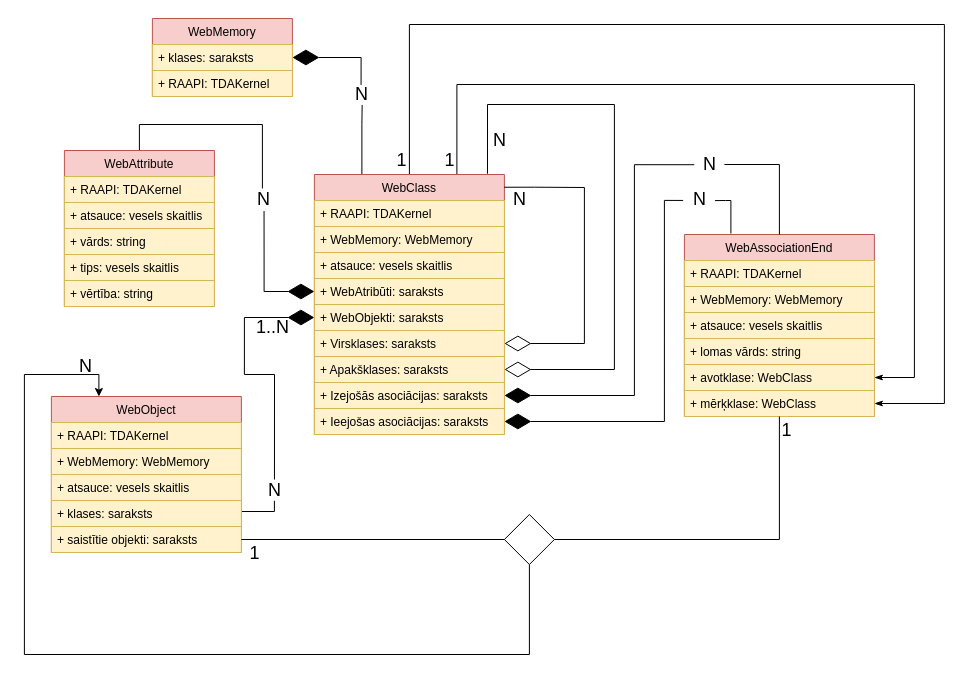
This is page "Datu struktūras" (2 of 10) of src/Kvalifikacijas darbs/Diagrammas/WebMemory.drawio from artiks12/webAppOS, a draw.io file, before an edit. Source tidied: cells renumbered, new cells numbered last; positions are measured from the earlier drawing's top-left corner, leaving out a move shared by most shapes. Both pictures are drawn from the tidied source at 100%, with x=0, y=0 at pixel (24, 18).
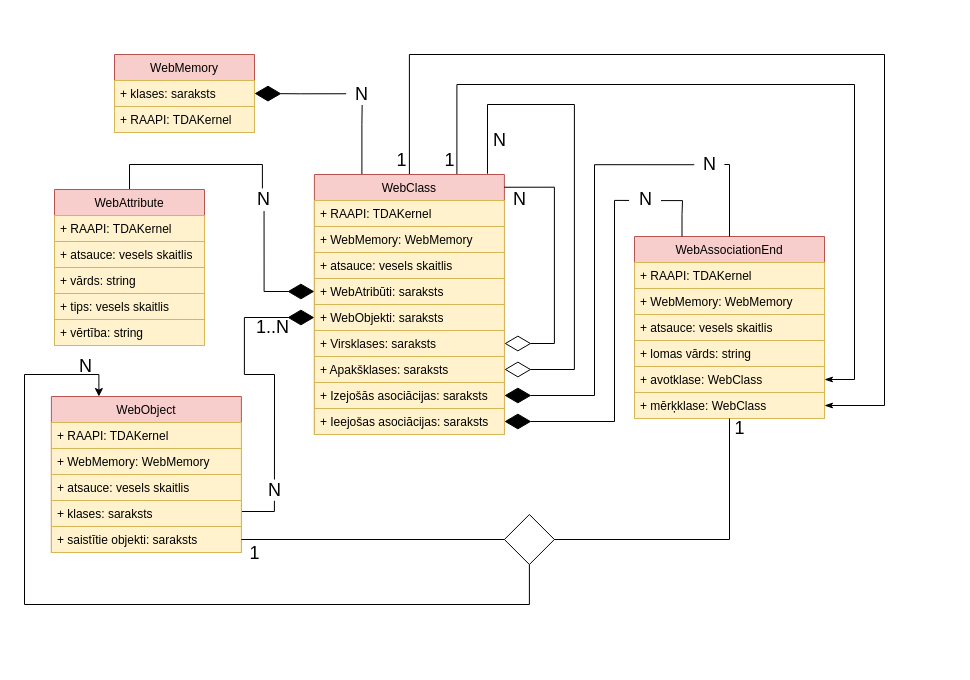
After the change.

Unchanged cells that the change refers to:
```xml
<mxCell id="7" value="&lt;font style=&quot;font-size: 18px&quot;&gt;N&lt;/font&gt;" style="text;html=1;align=center;verticalAlign=middle;points=[];strokeColor=none;fillColor=none;fontSize=12;" parent="1" vertex="1">
  <mxGeometry x="321.9" y="66" width="30" height="20" as="geometry" />
</mxCell>
<mxCell id="11" value="&lt;font style=&quot;font-size: 18px&quot;&gt;N&lt;/font&gt;" style="text;html=1;align=center;verticalAlign=middle;points=[];strokeColor=none;fillColor=none;fontSize=12;" parent="1" vertex="1">
  <mxGeometry x="223.9" y="171" width="30" height="20" as="geometry" />
</mxCell>
<mxCell id="14" value="+ klases: saraksts" style="text;strokeColor=#d6b656;fillColor=#fff2cc;align=left;verticalAlign=top;spacingLeft=4;spacingRight=4;overflow=hidden;points=[[0,0.5],[1,0.5]];portConstraint=eastwest;" parent="13" vertex="1">
  <mxGeometry y="26" width="140" height="26" as="geometry" />
</mxCell>
<mxCell id="27" value="+ avotklase: WebClass" style="text;strokeColor=#d6b656;fillColor=#fff2cc;align=left;verticalAlign=top;spacingLeft=4;spacingRight=4;overflow=hidden;points=[[0,0.5],[1,0.5]];portConstraint=eastwest;" parent="22" vertex="1">
  <mxGeometry y="130" width="190" height="26" as="geometry" />
</mxCell>
<mxCell id="28" value="+ mērķklase: WebClass" style="text;strokeColor=#d6b656;fillColor=#fff2cc;align=left;verticalAlign=top;spacingLeft=4;spacingRight=4;overflow=hidden;points=[[0,0.5],[1,0.5]];portConstraint=eastwest;" parent="22" vertex="1">
  <mxGeometry y="156" width="190" height="26" as="geometry" />
</mxCell>
<mxCell id="29" value="WebClass" style="swimlane;fontStyle=0;horizontal=1;startSize=26;fillColor=#f8cecc;strokeColor=#b85450;" parent="1" vertex="1">
  <mxGeometry x="289.9" y="156" width="190" height="260" as="geometry" />
</mxCell>
<mxCell id="35" value="+ Virsklases: saraksts" style="text;strokeColor=#d6b656;fillColor=#fff2cc;align=left;verticalAlign=top;spacingLeft=4;spacingRight=4;overflow=hidden;points=[[0,0.5],[1,0.5]];portConstraint=eastwest;" parent="29" vertex="1">
  <mxGeometry y="156" width="190" height="26" as="geometry" />
</mxCell>
<mxCell id="36" value="+ Apakšklases: saraksts" style="text;strokeColor=#d6b656;fillColor=#fff2cc;align=left;verticalAlign=top;spacingLeft=4;spacingRight=4;overflow=hidden;points=[[0,0.5],[1,0.5]];portConstraint=eastwest;" parent="29" vertex="1">
  <mxGeometry y="182" width="190" height="26" as="geometry" />
</mxCell>
<mxCell id="37" value="+ Izejošās asociācijas: saraksts" style="text;strokeColor=#d6b656;fillColor=#fff2cc;align=left;verticalAlign=top;spacingLeft=4;spacingRight=4;overflow=hidden;points=[[0,0.5],[1,0.5]];portConstraint=eastwest;" parent="29" vertex="1">
  <mxGeometry y="208" width="190" height="26" as="geometry" />
</mxCell>
<mxCell id="38" value="+ Ieejošas asociācijas: saraksts" style="text;strokeColor=#d6b656;fillColor=#fff2cc;align=left;verticalAlign=top;spacingLeft=4;spacingRight=4;overflow=hidden;points=[[0,0.5],[1,0.5]];portConstraint=eastwest;" parent="29" vertex="1">
  <mxGeometry y="234" width="190" height="26" as="geometry" />
</mxCell>
<mxCell id="41" value="WebObject" style="swimlane;fontStyle=0;horizontal=1;startSize=26;fillColor=#f8cecc;strokeColor=#b85450;" parent="1" vertex="1">
  <mxGeometry x="26.9" y="378" width="190" height="156" as="geometry" />
</mxCell>
<mxCell id="53" value="&lt;font style=&quot;font-size: 18px&quot;&gt;N&lt;/font&gt;" style="text;html=1;align=center;verticalAlign=middle;points=[];strokeColor=none;fillColor=none;fontSize=12;" parent="1" vertex="1">
  <mxGeometry x="669.9" y="136" width="30" height="20" as="geometry" />
</mxCell>
<mxCell id="56" style="rhombus;whiteSpace=wrap;html=1;" parent="1" vertex="1">
  <mxGeometry x="479.9" y="496" width="50" height="50" as="geometry" />
</mxCell>
```

Diff of the diagram source:
```diff
@@
-    <mxCell id="3" style="endArrow=diamondThin;endFill=1;endSize=24;html=1;rounded=0;edgeStyle=orthogonalEdgeStyle;entryX=1;entryY=0.5;entryDx=0;entryDy=0;startArrow=none;exitX=0.489;exitY=0.024;exitDx=0;exitDy=0;exitPerimeter=0;" parent="1" edge="1" source="7" target="14">
-      <mxGeometry relative="1" as="geometry">
-        <Array as="points">
-          <mxPoint x="336.9" y="39" />
-        </Array>
-      </mxGeometry>
+    <mxCell id="3" style="endArrow=diamondThin;endFill=1;endSize=24;html=1;rounded=0;edgeStyle=orthogonalEdgeStyle;entryX=1;entryY=0.5;entryDx=0;entryDy=0;startArrow=none;exitX=-0.009;exitY=0.463;exitDx=0;exitDy=0;exitPerimeter=0;" parent="1" edge="1" source="7" target="14">
+      <mxGeometry relative="1" as="geometry" />
     </mxCell>
@@
-    <mxCell id="5" style="edgeStyle=orthogonalEdgeStyle;rounded=0;jettySize=auto;html=1;entryX=0.5;entryY=0;entryDx=0;entryDy=0;endArrow=none;endFill=0;exitX=1;exitY=0.5;exitDx=0;exitDy=0;startArrow=classicThin;startFill=1;" parent="1" edge="1" source="28" target="29">
+    <mxCell id="5" style="edgeStyle=orthogonalEdgeStyle;rounded=0;jettySize=auto;html=1;entryX=0.5;entryY=0;entryDx=0;entryDy=0;endArrow=none;endFill=0;startArrow=classicThin;startFill=1;exitX=1;exitY=0.5;exitDx=0;exitDy=0;" parent="1" edge="1" source="28" target="29">
       <mxGeometry relative="1" as="geometry">
         <Array as="points">
-          <mxPoint x="919.9" y="385" />
-          <mxPoint x="919.9" y="6" />
-          <mxPoint x="384.9" y="6" />
+          <mxPoint x="860" y="387" />
+          <mxPoint x="860" y="36" />
+          <mxPoint x="385" y="36" />
         </Array>
       </mxGeometry>
     </mxCell>
     <mxCell id="6" style="edgeStyle=orthogonalEdgeStyle;rounded=0;jettySize=auto;html=1;entryX=0.75;entryY=0;entryDx=0;entryDy=0;startArrow=classicThin;startFill=1;endArrow=none;endFill=0;exitX=1;exitY=0.5;exitDx=0;exitDy=0;" parent="1" edge="1" source="27" target="29">
       <mxGeometry relative="1" as="geometry">
         <Array as="points">
-          <mxPoint x="889.9" y="359" />
-          <mxPoint x="889.9" y="66" />
-          <mxPoint x="432.9" y="66" />
+          <mxPoint x="830" y="361" />
+          <mxPoint x="830" y="66" />
+          <mxPoint x="432" y="66" />
         </Array>
       </mxGeometry>
     </mxCell>
@@
     <mxCell id="12" style="endArrow=none;endFill=1;endSize=24;html=1;rounded=0;edgeStyle=orthogonalEdgeStyle;exitX=0.5;exitY=0;exitDx=0;exitDy=0;entryX=0.467;entryY=-0.053;entryDx=0;entryDy=0;entryPerimeter=0;" parent="1" edge="1" source="16" target="11">
       <mxGeometry relative="1" as="geometry">
         <Array as="points">
-          <mxPoint x="114.9" y="106" />
-          <mxPoint x="237.9" y="106" />
+          <mxPoint x="105" y="146" />
+          <mxPoint x="238" y="146" />
         </Array>
       </mxGeometry>
     </mxCell>
     <mxCell id="13" value="WebMemory" style="swimlane;fontStyle=0;horizontal=1;startSize=26;fillColor=#f8cecc;strokeColor=#b85450;" parent="1" vertex="1">
-      <mxGeometry x="127.9" width="140" height="78" as="geometry" />
+      <mxGeometry x="90" y="36" width="140" height="78" as="geometry" />
     </mxCell>
@@
     <mxCell id="16" value="WebAttribute" style="swimlane;fontStyle=0;horizontal=1;startSize=26;fillColor=#f8cecc;strokeColor=#b85450;" parent="1" vertex="1">
-      <mxGeometry x="39.9" y="132" width="150" height="156" as="geometry" />
+      <mxGeometry x="30" y="171" width="150" height="156" as="geometry" />
     </mxCell>
@@
     <mxCell id="22" value="WebAssociationEnd" style="swimlane;fontStyle=0;horizontal=1;startSize=26;fillColor=#f8cecc;strokeColor=#b85450;" parent="1" vertex="1">
-      <mxGeometry x="659.9" y="216" width="190" height="182" as="geometry" />
+      <mxGeometry x="610" y="218" width="190" height="182" as="geometry" />
     </mxCell>
@@
     <mxCell id="39" style="endArrow=diamondThin;endFill=0;endSize=24;html=1;rounded=0;edgeStyle=orthogonalEdgeStyle;entryX=1;entryY=0.5;entryDx=0;entryDy=0;exitX=0.911;exitY=-0.003;exitDx=0;exitDy=0;exitPerimeter=0;" parent="29" edge="1" source="29" target="36">
       <mxGeometry relative="1" as="geometry">
         <Array as="points">
           <mxPoint x="173" y="-70" />
-          <mxPoint x="300" y="-70" />
-          <mxPoint x="300" y="195" />
+          <mxPoint x="260" y="-70" />
+          <mxPoint x="260" y="195" />
         </Array>
       </mxGeometry>
     </mxCell>
     <mxCell id="40" style="endArrow=diamondThin;endFill=0;endSize=24;html=1;rounded=0;edgeStyle=orthogonalEdgeStyle;entryX=1;entryY=0.5;entryDx=0;entryDy=0;exitX=0.999;exitY=0.049;exitDx=0;exitDy=0;exitPerimeter=0;" parent="29" edge="1" source="29" target="35">
       <mxGeometry relative="1" as="geometry">
         <Array as="points">
-          <mxPoint x="220" y="13" />
-          <mxPoint x="270" y="13" />
-          <mxPoint x="270" y="169" />
+          <mxPoint x="240" y="13" />
+          <mxPoint x="240" y="169" />
         </Array>
       </mxGeometry>
     </mxCell>
@@
     <mxCell id="47" style="endArrow=diamondThin;endFill=1;endSize=24;html=1;rounded=0;edgeStyle=orthogonalEdgeStyle;entryX=1;entryY=0.5;entryDx=0;entryDy=0;startArrow=none;exitX=-0.005;exitY=0.511;exitDx=0;exitDy=0;exitPerimeter=0;" parent="1" edge="1" source="53" target="37">
       <mxGeometry relative="1" as="geometry">
         <Array as="points">
-          <mxPoint x="609.9" y="146" />
-          <mxPoint x="609.9" y="377" />
+          <mxPoint x="570" y="146" />
+          <mxPoint x="570" y="377" />
         </Array>
       </mxGeometry>
     </mxCell>
     <mxCell id="48" style="endArrow=diamondThin;endFill=1;endSize=24;html=1;rounded=0;edgeStyle=orthogonalEdgeStyle;startArrow=none;entryX=1;entryY=0.5;entryDx=0;entryDy=0;exitX=-0.044;exitY=0.547;exitDx=0;exitDy=0;exitPerimeter=0;" parent="1" edge="1" source="49" target="38">
       <mxGeometry relative="1" as="geometry">
         <Array as="points">
-          <mxPoint x="639.9" y="182" />
-          <mxPoint x="639.9" y="403" />
+          <mxPoint x="590" y="182" />
+          <mxPoint x="590" y="403" />
         </Array>
       </mxGeometry>
     </mxCell>
     <mxCell id="49" value="&lt;font style=&quot;font-size: 18px&quot;&gt;N&lt;/font&gt;" style="text;html=1;align=center;verticalAlign=middle;points=[];strokeColor=none;fillColor=none;fontSize=12;" parent="1" vertex="1">
-      <mxGeometry x="659.9" y="171" width="30" height="20" as="geometry" />
+      <mxGeometry x="605.9" y="171" width="30" height="20" as="geometry" />
     </mxCell>
-    <mxCell id="50" style="endArrow=none;endFill=1;endSize=24;html=1;rounded=0;edgeStyle=orthogonalEdgeStyle;exitX=0.25;exitY=0;exitDx=0;exitDy=0;entryX=1.019;entryY=0.555;entryDx=0;entryDy=0;entryPerimeter=0;" parent="1" edge="1" target="49">
+    <mxCell id="50" style="endArrow=none;endFill=1;endSize=24;html=1;rounded=0;edgeStyle=orthogonalEdgeStyle;exitX=0.25;exitY=0;exitDx=0;exitDy=0;entryX=1.019;entryY=0.555;entryDx=0;entryDy=0;entryPerimeter=0;" parent="1" edge="1" source="22">
       <mxGeometry relative="1" as="geometry">
-        <mxPoint x="706.4" y="215" as="sourcePoint" />
+        <mxPoint x="636.5" y="182.1" as="targetPoint" />
         <Array as="points">
-          <mxPoint x="706.9" y="182" />
-          <mxPoint x="700.9" y="182" />
+          <mxPoint x="658" y="196" />
+          <mxPoint x="658" y="196" />
+          <mxPoint x="658" y="182" />
         </Array>
       </mxGeometry>
     </mxCell>
@@
     <mxCell id="54" style="endArrow=none;endFill=1;endSize=24;html=1;rounded=0;edgeStyle=orthogonalEdgeStyle;exitX=0.5;exitY=0;exitDx=0;exitDy=0;" parent="1" edge="1" source="22" target="53">
       <mxGeometry relative="1" as="geometry">
         <Array as="points">
-          <mxPoint x="754.9" y="146" />
+          <mxPoint x="705" y="146" />
         </Array>
       </mxGeometry>
     </mxCell>
     <mxCell id="55" style="edgeStyle=orthogonalEdgeStyle;rounded=0;jettySize=auto;html=1;entryX=0.25;entryY=0;entryDx=0;entryDy=0;endArrow=classic;endFill=1;" parent="1" edge="1" source="56" target="41">
       <mxGeometry relative="1" as="geometry">
         <Array as="points">
-          <mxPoint x="504.9" y="636" />
-          <mxPoint x="-0.1" y="636" />
-          <mxPoint x="-0.1" y="356" />
-          <mxPoint x="74.9" y="356" />
+          <mxPoint x="505" y="586" />
+          <mxPoint y="586" />
+          <mxPoint y="356" />
+          <mxPoint x="74" y="356" />
         </Array>
       </mxGeometry>
     </mxCell>
@@
     <mxCell id="58" style="endArrow=none;endFill=1;endSize=24;html=1;rounded=0;edgeStyle=orthogonalEdgeStyle;entryX=0.5;entryY=1;entryDx=0;entryDy=0;exitX=1;exitY=0.5;exitDx=0;exitDy=0;" parent="1" edge="1" source="56" target="22">
       <mxGeometry relative="1" as="geometry">
         <Array as="points">
-          <mxPoint x="754.9" y="521" />
+          <mxPoint x="705" y="521" />
         </Array>
       </mxGeometry>
     </mxCell>
@@
     <mxCell id="61" value="&lt;font style=&quot;font-size: 18px&quot;&gt;1&lt;/font&gt;" style="text;html=1;align=center;verticalAlign=middle;strokeColor=none;fillColor=none;fontSize=12;" parent="1" vertex="1">
-      <mxGeometry x="746.9" y="402" width="30" height="20" as="geometry" />
+      <mxGeometry x="699.9" y="400" width="30" height="20" as="geometry" />
     </mxCell>
```
